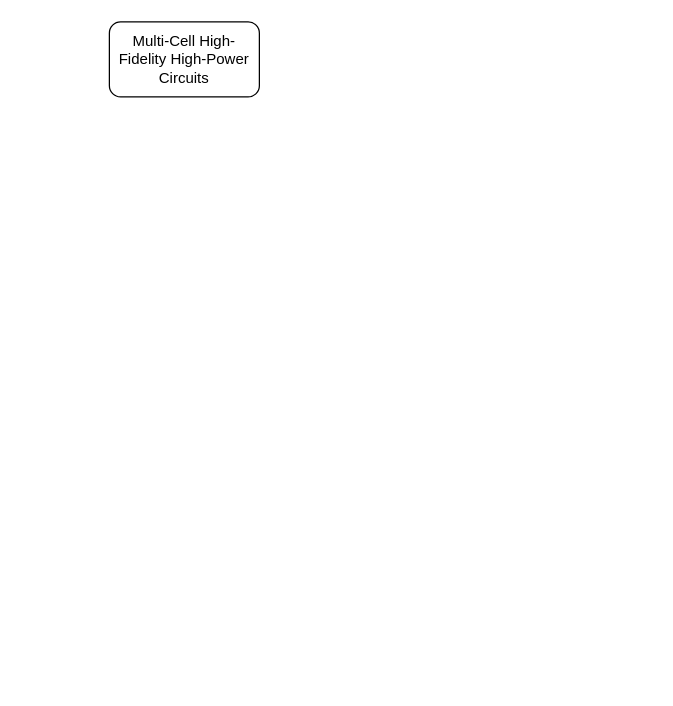
Earlier version of the draw.io diagram Untitled Diagram.drawio (zhangjinshui-nerveee/drawing_schematics). Source tidied: cells renumbered, new cells numbered last; positions are measured from the earlier drawing's top-left corner, leaving out a move shared by most shapes. Both pictures are drawn from the tidied source at 125%, with x=0, y=0 at pixel (109, 21).
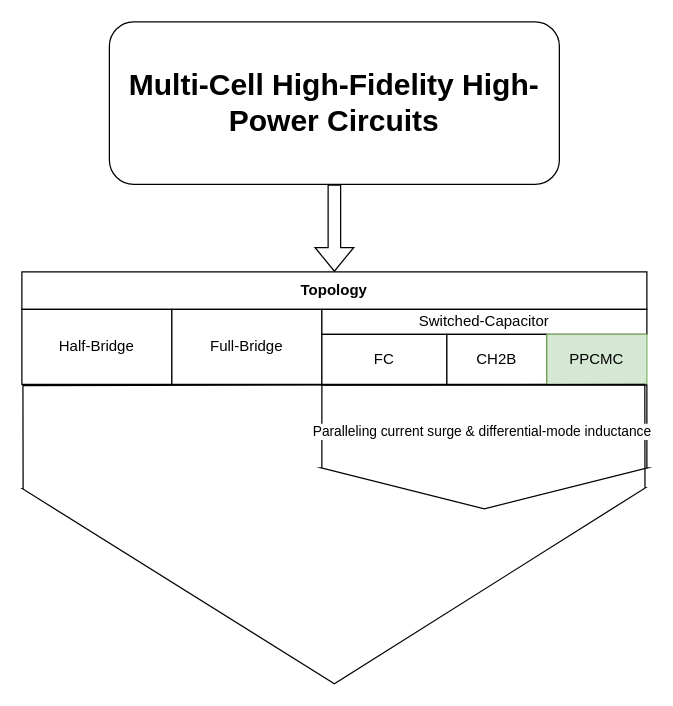
The same page after the edit.

What changed in the source:
```diff
@@
 <mxGraphModel>
   <root>
     <mxCell id="0" />
     <mxCell id="1" parent="0" />
-    <mxCell id="2" value="&lt;div&gt;Multi-Cell High-Fidelity High-Power Circuits&lt;/div&gt;" style="rounded=1;whiteSpace=wrap;html=1;" parent="1" vertex="1">
-      <mxGeometry width="120" height="60" as="geometry" />
+    <mxCell id="2" value="&lt;h1&gt;Multi-Cell High-Fidelity High-Power Circuits&lt;/h1&gt;" style="rounded=1;whiteSpace=wrap;html=1;" parent="1" vertex="1">
+      <mxGeometry width="360" height="130" as="geometry" />
     </mxCell>
+    <mxCell id="3" style="shape=flexArrow;endArrow=classic;html=1;rounded=0;exitX=0.5;exitY=1;exitDx=0;exitDy=0;entryX=0.5;entryY=0;entryDx=0;entryDy=0;" parent="1" edge="1" source="2" target="5">
+      <mxGeometry relative="1" as="geometry" />
+    </mxCell>
+    <mxCell id="4" style="group;" parent="1" vertex="1">
+      <mxGeometry x="-70" y="200" width="500" height="90" as="geometry" />
+    </mxCell>
+    <mxCell id="5" value="&lt;b&gt;Topology&lt;/b&gt;" style="rounded=0;whiteSpace=wrap;html=1;" parent="4" vertex="1">
+      <mxGeometry width="500" height="30" as="geometry" />
+    </mxCell>
+    <mxCell id="6" value="Half-Bridge" style="rounded=0;whiteSpace=wrap;html=1;" parent="4" vertex="1">
+      <mxGeometry y="30" width="120" height="60" as="geometry" />
+    </mxCell>
+    <mxCell id="7" value="&lt;div&gt;Full-Bridge&lt;/div&gt;" style="rounded=0;whiteSpace=wrap;html=1;" parent="4" vertex="1">
+      <mxGeometry x="120" y="30" width="120" height="60" as="geometry" />
+    </mxCell>
+    <mxCell id="8" value="Switched-Capacitor" style="rounded=0;whiteSpace=wrap;html=1;" parent="4" vertex="1">
+      <mxGeometry x="240" y="30" width="260" height="20" as="geometry" />
+    </mxCell>
+    <mxCell id="9" value="FC" style="rounded=0;whiteSpace=wrap;html=1;" parent="4" vertex="1">
+      <mxGeometry x="240" y="50" width="100" height="40" as="geometry" />
+    </mxCell>
+    <mxCell id="10" value="&lt;div&gt;CH2B&lt;br&gt;&lt;/div&gt;" style="rounded=0;whiteSpace=wrap;html=1;" parent="4" vertex="1">
+      <mxGeometry x="340" y="50" width="80" height="40" as="geometry" />
+    </mxCell>
+    <mxCell id="11" value="&lt;div&gt;PPCMC&lt;br&gt;&lt;/div&gt;" style="rounded=0;whiteSpace=wrap;html=1;fillColor=#d5e8d4;strokeColor=#82b366;" parent="4" vertex="1">
+      <mxGeometry x="420" y="50" width="80" height="40" as="geometry" />
+    </mxCell>
+    <mxCell id="12" style="shape=flexArrow;endArrow=classic;html=1;rounded=0;endWidth=0;endSize=51.811764705882354;width=497.5;" parent="1" edge="1">
+      <mxGeometry relative="1" as="geometry">
+        <mxPoint x="179.6" y="290" as="sourcePoint" />
+        <mxPoint x="180" y="530" as="targetPoint" />
+      </mxGeometry>
+    </mxCell>
+    <mxCell id="13" style="shape=flexArrow;endArrow=classic;html=1;rounded=0;endWidth=0;endSize=10.564705882352943;width=260;" parent="1" edge="1">
+      <mxGeometry relative="1" as="geometry">
+        <mxPoint x="300" y="290" as="sourcePoint" />
+        <mxPoint x="300" y="390" as="targetPoint" />
+      </mxGeometry>
+    </mxCell>
+    <mxCell id="14" value="Paralleling current surge &amp;amp; differential-mode inductance" style="edgeLabel;html=1;align=center;verticalAlign=middle;" parent="13" vertex="1">
+      <mxGeometry x="-0.27" y="-3" relative="1" as="geometry" />
+    </mxCell>
   </root>
 </mxGraphModel>
```
